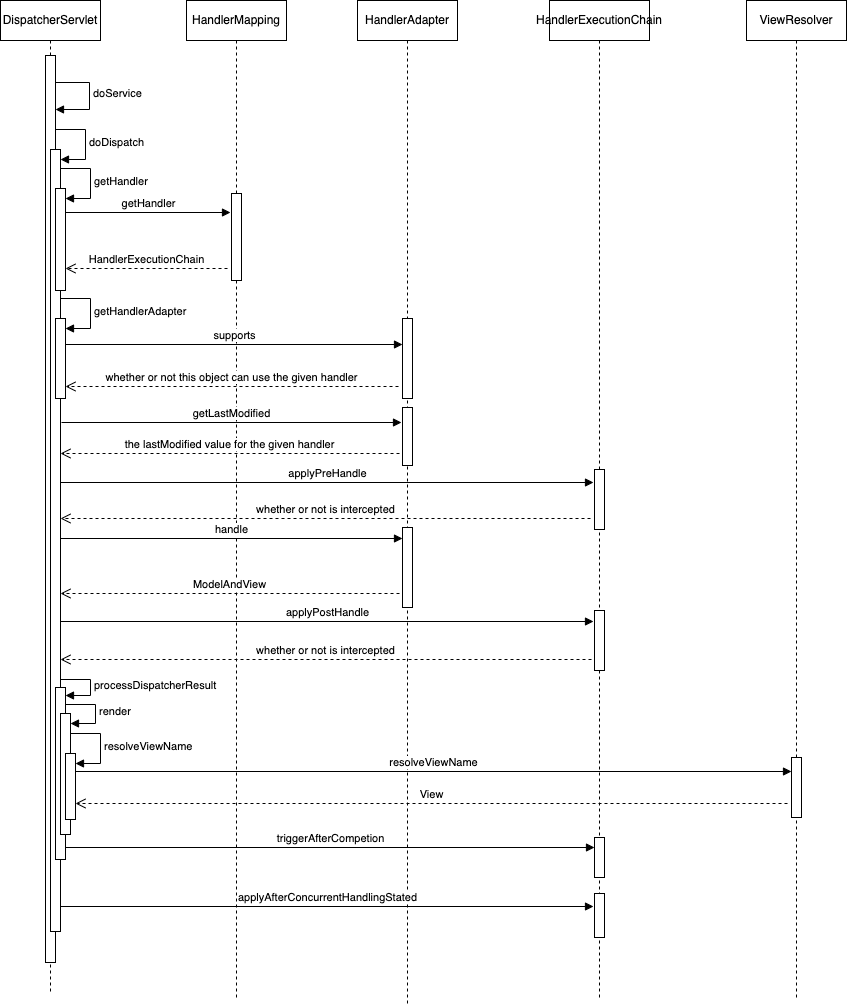
This is static/img/SpringMVC调用时序图.png from LL1105/myblog, a draw.io export, as it was before one commit. Source tidied: cells renumbered, new cells last; positions are measured from the earlier drawing's top-left corner, leaving out a move shared by most shapes.
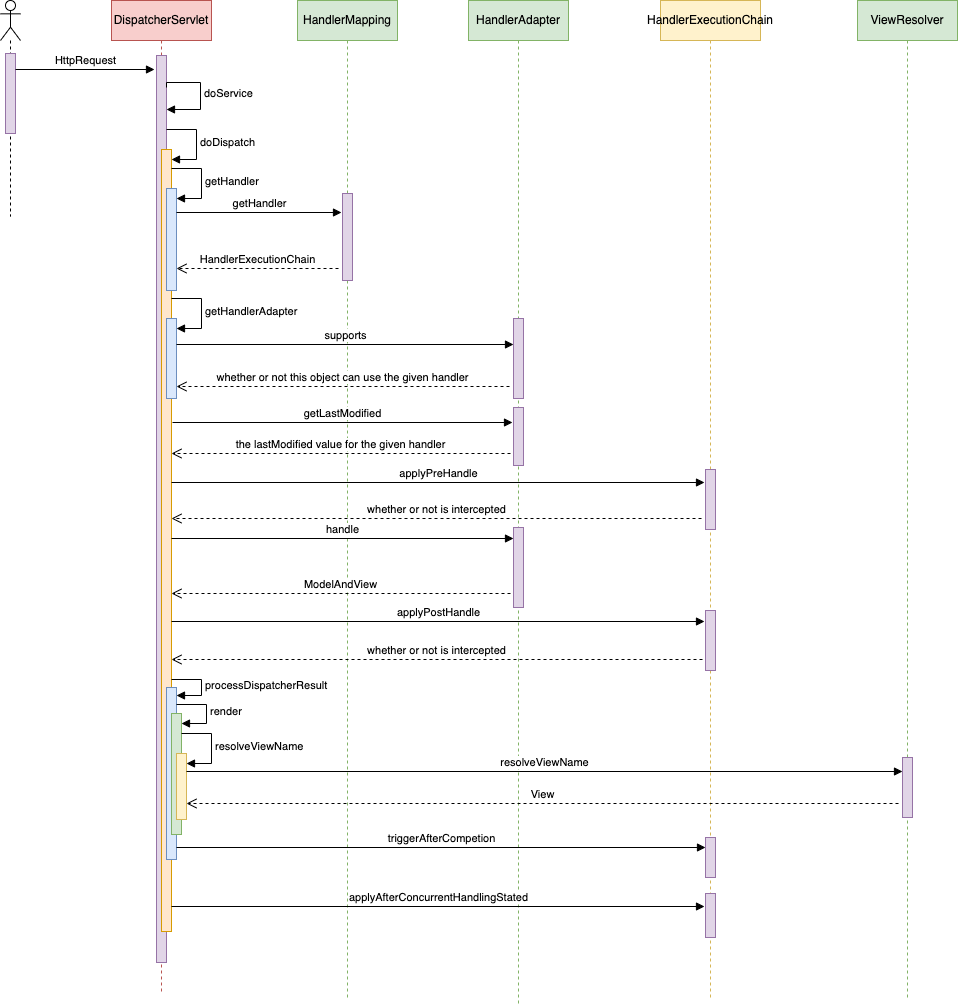
The same diagram one commit later.

Commit message:
更新SpringMVC调用时序图.png

Diff of the diagram source:
```diff
@@ -2,10 +2,10 @@
   <root>
     <mxCell id="0" />
     <mxCell id="1" parent="0" />
-    <mxCell id="2" value="DispatcherServlet" style="shape=umlLifeline;perimeter=lifelinePerimeter;whiteSpace=wrap;html=1;newEdgeStyle={&quot;curved&quot;:0,&quot;rounded&quot;:0};" parent="1" vertex="1">
+    <mxCell id="2" value="DispatcherServlet" style="shape=umlLifeline;perimeter=lifelinePerimeter;whiteSpace=wrap;html=1;newEdgeStyle={&quot;curved&quot;:0,&quot;rounded&quot;:0};fillColor=#f8cecc;strokeColor=#b85450;" parent="1" vertex="1">
       <mxGeometry width="100" height="994" as="geometry" />
     </mxCell>
-    <mxCell id="3" style="html=1;points=[[0,0,0,0,5],[0,1,0,0,-5],[1,0,0,0,5],[1,1,0,0,-5]];perimeter=orthogonalPerimeter;outlineConnect=0;targetShapes=umlLifeline;portConstraint=eastwest;newEdgeStyle={&quot;curved&quot;:0,&quot;rounded&quot;:0};" parent="2" vertex="1">
+    <mxCell id="3" style="html=1;points=[[0,0,0,0,5],[0,1,0,0,-5],[1,0,0,0,5],[1,1,0,0,-5]];perimeter=orthogonalPerimeter;outlineConnect=0;targetShapes=umlLifeline;portConstraint=eastwest;newEdgeStyle={&quot;curved&quot;:0,&quot;rounded&quot;:0};fillColor=#e1d5e7;strokeColor=#9673a6;" parent="2" vertex="1">
       <mxGeometry x="45" y="55" width="10" height="907" as="geometry" />
     </mxCell>
     <mxCell id="4" value="doService" style="html=1;align=left;spacingLeft=2;endArrow=block;rounded=0;edgeStyle=orthogonalEdgeStyle;curved=0;rounded=0;" parent="2" edge="1" target="3">
@@ -18,7 +18,7 @@
         </Array>
       </mxGeometry>
     </mxCell>
-    <mxCell id="5" style="html=1;points=[[0,0,0,0,5],[0,1,0,0,-5],[1,0,0,0,5],[1,1,0,0,-5]];perimeter=orthogonalPerimeter;outlineConnect=0;targetShapes=umlLifeline;portConstraint=eastwest;newEdgeStyle={&quot;curved&quot;:0,&quot;rounded&quot;:0};" parent="2" vertex="1">
+    <mxCell id="5" style="html=1;points=[[0,0,0,0,5],[0,1,0,0,-5],[1,0,0,0,5],[1,1,0,0,-5]];perimeter=orthogonalPerimeter;outlineConnect=0;targetShapes=umlLifeline;portConstraint=eastwest;newEdgeStyle={&quot;curved&quot;:0,&quot;rounded&quot;:0};fillColor=#ffe6cc;strokeColor=#d79b00;" parent="2" vertex="1">
       <mxGeometry x="50" y="149" width="10" height="782" as="geometry" />
     </mxCell>
     <mxCell id="6" value="doDispatch" style="html=1;align=left;spacingLeft=2;endArrow=block;rounded=0;edgeStyle=orthogonalEdgeStyle;curved=0;rounded=0;" parent="2" edge="1" target="5">
@@ -29,7 +29,7 @@
         </Array>
       </mxGeometry>
     </mxCell>
-    <mxCell id="7" style="html=1;points=[[0,0,0,0,5],[0,1,0,0,-5],[1,0,0,0,5],[1,1,0,0,-5]];perimeter=orthogonalPerimeter;outlineConnect=0;targetShapes=umlLifeline;portConstraint=eastwest;newEdgeStyle={&quot;curved&quot;:0,&quot;rounded&quot;:0};" parent="2" vertex="1">
+    <mxCell id="7" style="html=1;points=[[0,0,0,0,5],[0,1,0,0,-5],[1,0,0,0,5],[1,1,0,0,-5]];perimeter=orthogonalPerimeter;outlineConnect=0;targetShapes=umlLifeline;portConstraint=eastwest;newEdgeStyle={&quot;curved&quot;:0,&quot;rounded&quot;:0};fillColor=#dae8fc;strokeColor=#6c8ebf;" parent="2" vertex="1">
       <mxGeometry x="55" y="188" width="10" height="102" as="geometry" />
     </mxCell>
     <mxCell id="8" value="getHandler" style="html=1;align=left;spacingLeft=2;endArrow=block;rounded=0;edgeStyle=orthogonalEdgeStyle;curved=0;rounded=0;" parent="2" edge="1" target="7">
@@ -40,7 +40,7 @@
         </Array>
       </mxGeometry>
     </mxCell>
-    <mxCell id="9" style="html=1;points=[[0,0,0,0,5],[0,1,0,0,-5],[1,0,0,0,5],[1,1,0,0,-5]];perimeter=orthogonalPerimeter;outlineConnect=0;targetShapes=umlLifeline;portConstraint=eastwest;newEdgeStyle={&quot;curved&quot;:0,&quot;rounded&quot;:0};" parent="2" vertex="1">
+    <mxCell id="9" style="html=1;points=[[0,0,0,0,5],[0,1,0,0,-5],[1,0,0,0,5],[1,1,0,0,-5]];perimeter=orthogonalPerimeter;outlineConnect=0;targetShapes=umlLifeline;portConstraint=eastwest;newEdgeStyle={&quot;curved&quot;:0,&quot;rounded&quot;:0};fillColor=#dae8fc;strokeColor=#6c8ebf;" parent="2" vertex="1">
       <mxGeometry x="55" y="318" width="10" height="80" as="geometry" />
     </mxCell>
     <mxCell id="10" value="getHandlerAdapter" style="html=1;align=left;spacingLeft=2;endArrow=block;rounded=0;edgeStyle=orthogonalEdgeStyle;curved=0;rounded=0;" parent="2" edge="1" target="9">
@@ -51,7 +51,7 @@
         </Array>
       </mxGeometry>
     </mxCell>
-    <mxCell id="11" style="html=1;points=[[0,0,0,0,5],[0,1,0,0,-5],[1,0,0,0,5],[1,1,0,0,-5]];perimeter=orthogonalPerimeter;outlineConnect=0;targetShapes=umlLifeline;portConstraint=eastwest;newEdgeStyle={&quot;curved&quot;:0,&quot;rounded&quot;:0};" parent="2" vertex="1">
+    <mxCell id="11" style="html=1;points=[[0,0,0,0,5],[0,1,0,0,-5],[1,0,0,0,5],[1,1,0,0,-5]];perimeter=orthogonalPerimeter;outlineConnect=0;targetShapes=umlLifeline;portConstraint=eastwest;newEdgeStyle={&quot;curved&quot;:0,&quot;rounded&quot;:0};fillColor=#dae8fc;strokeColor=#6c8ebf;" parent="2" vertex="1">
       <mxGeometry x="55" y="687" width="10" height="172" as="geometry" />
     </mxCell>
     <mxCell id="12" value="processDispatcherResult" style="html=1;align=left;spacingLeft=2;endArrow=block;rounded=0;edgeStyle=orthogonalEdgeStyle;curved=0;rounded=0;" parent="2" edge="1" target="11">
@@ -63,7 +63,7 @@
         </Array>
       </mxGeometry>
     </mxCell>
-    <mxCell id="13" style="html=1;points=[[0,0,0,0,5],[0,1,0,0,-5],[1,0,0,0,5],[1,1,0,0,-5]];perimeter=orthogonalPerimeter;outlineConnect=0;targetShapes=umlLifeline;portConstraint=eastwest;newEdgeStyle={&quot;curved&quot;:0,&quot;rounded&quot;:0};" parent="2" vertex="1">
+    <mxCell id="13" style="html=1;points=[[0,0,0,0,5],[0,1,0,0,-5],[1,0,0,0,5],[1,1,0,0,-5]];perimeter=orthogonalPerimeter;outlineConnect=0;targetShapes=umlLifeline;portConstraint=eastwest;newEdgeStyle={&quot;curved&quot;:0,&quot;rounded&quot;:0};fillColor=#d5e8d4;strokeColor=#82b366;" parent="2" vertex="1">
       <mxGeometry x="60" y="713" width="10" height="121" as="geometry" />
     </mxCell>
     <mxCell id="14" value="render" style="html=1;align=left;spacingLeft=2;endArrow=block;rounded=0;edgeStyle=orthogonalEdgeStyle;curved=0;rounded=0;" parent="2" edge="1" target="13">
@@ -75,7 +75,7 @@
         </Array>
       </mxGeometry>
     </mxCell>
-    <mxCell id="15" style="html=1;points=[[0,0,0,0,5],[0,1,0,0,-5],[1,0,0,0,5],[1,1,0,0,-5]];perimeter=orthogonalPerimeter;outlineConnect=0;targetShapes=umlLifeline;portConstraint=eastwest;newEdgeStyle={&quot;curved&quot;:0,&quot;rounded&quot;:0};" parent="2" vertex="1">
+    <mxCell id="15" style="html=1;points=[[0,0,0,0,5],[0,1,0,0,-5],[1,0,0,0,5],[1,1,0,0,-5]];perimeter=orthogonalPerimeter;outlineConnect=0;targetShapes=umlLifeline;portConstraint=eastwest;newEdgeStyle={&quot;curved&quot;:0,&quot;rounded&quot;:0};fillColor=#fff2cc;strokeColor=#d6b656;" parent="2" vertex="1">
       <mxGeometry x="65" y="753" width="10" height="66" as="geometry" />
     </mxCell>
     <mxCell id="16" value="resolveViewName" style="html=1;align=left;spacingLeft=2;endArrow=block;rounded=0;edgeStyle=orthogonalEdgeStyle;curved=0;rounded=0;" parent="2" edge="1" target="15">
@@ -86,10 +86,10 @@
         </Array>
       </mxGeometry>
     </mxCell>
-    <mxCell id="17" value="HandlerMapping" style="shape=umlLifeline;perimeter=lifelinePerimeter;whiteSpace=wrap;html=1;newEdgeStyle={&quot;curved&quot;:0,&quot;rounded&quot;:0};" parent="1" vertex="1">
+    <mxCell id="17" value="HandlerMapping" style="shape=umlLifeline;perimeter=lifelinePerimeter;whiteSpace=wrap;html=1;newEdgeStyle={&quot;curved&quot;:0,&quot;rounded&quot;:0};fillColor=#d5e8d4;strokeColor=#82b366;" parent="1" vertex="1">
       <mxGeometry x="186" width="100" height="997" as="geometry" />
     </mxCell>
-    <mxCell id="18" style="html=1;perimeter=orthogonalPerimeter;targetShapes=umlLifeline;newEdgeStyle={&quot;curved&quot;:0,&quot;rounded&quot;:0};" parent="17" vertex="1">
+    <mxCell id="18" style="html=1;perimeter=orthogonalPerimeter;targetShapes=umlLifeline;newEdgeStyle={&quot;curved&quot;:0,&quot;rounded&quot;:0};fillColor=#e1d5e7;strokeColor=#9673a6;" parent="17" vertex="1">
       <mxGeometry x="45" y="193" width="10" height="87" as="geometry" />
     </mxCell>
     <mxCell id="19" value="getHandler" style="html=1;verticalAlign=bottom;endArrow=block;curved=0;rounded=0;" parent="1" edge="1" source="7">
@@ -102,16 +102,16 @@
         <mxPoint x="227" y="268" as="sourcePoint" />
       </mxGeometry>
     </mxCell>
-    <mxCell id="21" value="HandlerAdapter" style="shape=umlLifeline;perimeter=lifelinePerimeter;whiteSpace=wrap;html=1;newEdgeStyle={&quot;curved&quot;:0,&quot;rounded&quot;:0};" parent="1" vertex="1">
+    <mxCell id="21" value="HandlerAdapter" style="shape=umlLifeline;perimeter=lifelinePerimeter;whiteSpace=wrap;html=1;newEdgeStyle={&quot;curved&quot;:0,&quot;rounded&quot;:0};fillColor=#d5e8d4;strokeColor=#82b366;" parent="1" vertex="1">
       <mxGeometry x="357" width="100" height="1003" as="geometry" />
     </mxCell>
-    <mxCell id="22" style="html=1;points=[[0,0,0,0,5],[0,1,0,0,-5],[1,0,0,0,5],[1,1,0,0,-5]];perimeter=orthogonalPerimeter;outlineConnect=0;targetShapes=umlLifeline;portConstraint=eastwest;newEdgeStyle={&quot;curved&quot;:0,&quot;rounded&quot;:0};" parent="21" vertex="1">
+    <mxCell id="22" style="html=1;points=[[0,0,0,0,5],[0,1,0,0,-5],[1,0,0,0,5],[1,1,0,0,-5]];perimeter=orthogonalPerimeter;outlineConnect=0;targetShapes=umlLifeline;portConstraint=eastwest;newEdgeStyle={&quot;curved&quot;:0,&quot;rounded&quot;:0};fillColor=#e1d5e7;strokeColor=#9673a6;" parent="21" vertex="1">
       <mxGeometry x="45" y="318" width="10" height="80" as="geometry" />
     </mxCell>
-    <mxCell id="23" style="html=1;perimeter=orthogonalPerimeter;targetShapes=umlLifeline;newEdgeStyle={&quot;curved&quot;:0,&quot;rounded&quot;:0};" parent="21" vertex="1">
+    <mxCell id="23" style="html=1;perimeter=orthogonalPerimeter;targetShapes=umlLifeline;newEdgeStyle={&quot;curved&quot;:0,&quot;rounded&quot;:0};fillColor=#e1d5e7;strokeColor=#9673a6;" parent="21" vertex="1">
       <mxGeometry x="45" y="407" width="10" height="58" as="geometry" />
     </mxCell>
-    <mxCell id="24" style="html=1;perimeter=orthogonalPerimeter;targetShapes=umlLifeline;newEdgeStyle={&quot;curved&quot;:0,&quot;rounded&quot;:0};" parent="21" vertex="1">
+    <mxCell id="24" style="html=1;perimeter=orthogonalPerimeter;targetShapes=umlLifeline;newEdgeStyle={&quot;curved&quot;:0,&quot;rounded&quot;:0};fillColor=#e1d5e7;strokeColor=#9673a6;" parent="21" vertex="1">
       <mxGeometry x="45" y="527" width="10" height="80" as="geometry" />
     </mxCell>
     <mxCell id="25" value="ModelAndView" style="html=1;verticalAlign=bottom;endArrow=open;dashed=1;endSize=8;curved=0;rounded=0;" parent="21" edge="1">
@@ -148,19 +148,19 @@
         <mxPoint x="401" y="422" as="targetPoint" />
       </mxGeometry>
     </mxCell>
-    <mxCell id="31" value="HandlerExecutionChain" style="shape=umlLifeline;perimeter=lifelinePerimeter;whiteSpace=wrap;html=1;newEdgeStyle={&quot;curved&quot;:0,&quot;rounded&quot;:0};" parent="1" vertex="1">
+    <mxCell id="31" value="HandlerExecutionChain" style="shape=umlLifeline;perimeter=lifelinePerimeter;whiteSpace=wrap;html=1;newEdgeStyle={&quot;curved&quot;:0,&quot;rounded&quot;:0};fillColor=#fff2cc;strokeColor=#d6b656;" parent="1" vertex="1">
       <mxGeometry x="549" width="100" height="1000" as="geometry" />
     </mxCell>
-    <mxCell id="32" style="html=1;perimeter=orthogonalPerimeter;targetShapes=umlLifeline;newEdgeStyle={&quot;curved&quot;:0,&quot;rounded&quot;:0};" parent="31" vertex="1">
+    <mxCell id="32" style="html=1;perimeter=orthogonalPerimeter;targetShapes=umlLifeline;newEdgeStyle={&quot;curved&quot;:0,&quot;rounded&quot;:0};fillColor=#e1d5e7;strokeColor=#9673a6;" parent="31" vertex="1">
       <mxGeometry x="45" y="469" width="10" height="60" as="geometry" />
     </mxCell>
-    <mxCell id="33" style="html=1;perimeter=orthogonalPerimeter;targetShapes=umlLifeline;newEdgeStyle={&quot;curved&quot;:0,&quot;rounded&quot;:0};" parent="31" vertex="1">
+    <mxCell id="33" style="html=1;perimeter=orthogonalPerimeter;targetShapes=umlLifeline;newEdgeStyle={&quot;curved&quot;:0,&quot;rounded&quot;:0};fillColor=#e1d5e7;strokeColor=#9673a6;" parent="31" vertex="1">
       <mxGeometry x="45" y="610" width="10" height="60" as="geometry" />
     </mxCell>
-    <mxCell id="34" style="html=1;perimeter=orthogonalPerimeter;targetShapes=umlLifeline;newEdgeStyle={&quot;curved&quot;:0,&quot;rounded&quot;:0};" parent="31" vertex="1">
+    <mxCell id="34" style="html=1;perimeter=orthogonalPerimeter;targetShapes=umlLifeline;newEdgeStyle={&quot;curved&quot;:0,&quot;rounded&quot;:0};fillColor=#e1d5e7;strokeColor=#9673a6;" parent="31" vertex="1">
       <mxGeometry x="45" y="837" width="10" height="40" as="geometry" />
     </mxCell>
-    <mxCell id="35" style="html=1;perimeter=orthogonalPerimeter;targetShapes=umlLifeline;newEdgeStyle={&quot;curved&quot;:0,&quot;rounded&quot;:0};" parent="31" vertex="1">
+    <mxCell id="35" style="html=1;perimeter=orthogonalPerimeter;targetShapes=umlLifeline;newEdgeStyle={&quot;curved&quot;:0,&quot;rounded&quot;:0};fillColor=#e1d5e7;strokeColor=#9673a6;" parent="31" vertex="1">
       <mxGeometry x="45" y="893" width="10" height="44" as="geometry" />
     </mxCell>
     <mxCell id="36" value="applyPreHandle" style="html=1;verticalAlign=bottom;endArrow=block;curved=0;rounded=0;" parent="1" edge="1">
@@ -184,10 +184,10 @@
         <mxPoint x="591" y="659" as="sourcePoint" />
       </mxGeometry>
     </mxCell>
-    <mxCell id="40" value="ViewResolver" style="shape=umlLifeline;perimeter=lifelinePerimeter;whiteSpace=wrap;html=1;newEdgeStyle={&quot;curved&quot;:0,&quot;rounded&quot;:0};" parent="1" vertex="1">
+    <mxCell id="40" value="ViewResolver" style="shape=umlLifeline;perimeter=lifelinePerimeter;whiteSpace=wrap;html=1;newEdgeStyle={&quot;curved&quot;:0,&quot;rounded&quot;:0};fillColor=#d5e8d4;strokeColor=#82b366;" parent="1" vertex="1">
       <mxGeometry x="746" width="100" height="1000" as="geometry" />
     </mxCell>
-    <mxCell id="41" style="html=1;perimeter=orthogonalPerimeter;targetShapes=umlLifeline;newEdgeStyle={&quot;curved&quot;:0,&quot;rounded&quot;:0};" parent="40" vertex="1">
+    <mxCell id="41" style="html=1;perimeter=orthogonalPerimeter;targetShapes=umlLifeline;newEdgeStyle={&quot;curved&quot;:0,&quot;rounded&quot;:0};fillColor=#e1d5e7;strokeColor=#9673a6;" parent="40" vertex="1">
       <mxGeometry x="45" y="757" width="10" height="60" as="geometry" />
     </mxCell>
     <mxCell id="42" value="resolveViewName" style="html=1;verticalAlign=bottom;endArrow=block;curved=0;rounded=0;" parent="1" edge="1" source="15">
@@ -211,5 +211,16 @@
         <mxPoint x="593" y="906" as="targetPoint" />
       </mxGeometry>
     </mxCell>
+    <mxCell id="46" style="shape=umlLifeline;perimeter=lifelinePerimeter;whiteSpace=wrap;html=1;newEdgeStyle={&quot;curved&quot;:0,&quot;rounded&quot;:0};participant=umlActor;" parent="1" vertex="1">
+      <mxGeometry x="-111" width="20" height="216" as="geometry" />
+    </mxCell>
+    <mxCell id="47" style="html=1;points=[[0,0,0,0,5],[0,1,0,0,-5],[1,0,0,0,5],[1,1,0,0,-5]];perimeter=orthogonalPerimeter;outlineConnect=0;targetShapes=umlLifeline;portConstraint=eastwest;newEdgeStyle={&quot;curved&quot;:0,&quot;rounded&quot;:0};fillColor=#e1d5e7;strokeColor=#9673a6;" parent="46" vertex="1">
+      <mxGeometry x="5" y="53" width="10" height="80" as="geometry" />
+    </mxCell>
+    <mxCell id="48" value="HttpRequest" style="html=1;verticalAlign=bottom;endArrow=block;curved=0;rounded=0;" parent="1" edge="1" source="47">
+      <mxGeometry x="0.01" relative="1" as="geometry">
+        <mxPoint x="43" y="69" as="targetPoint" />
+      </mxGeometry>
+    </mxCell>
   </root>
 </mxGraphModel>
```
